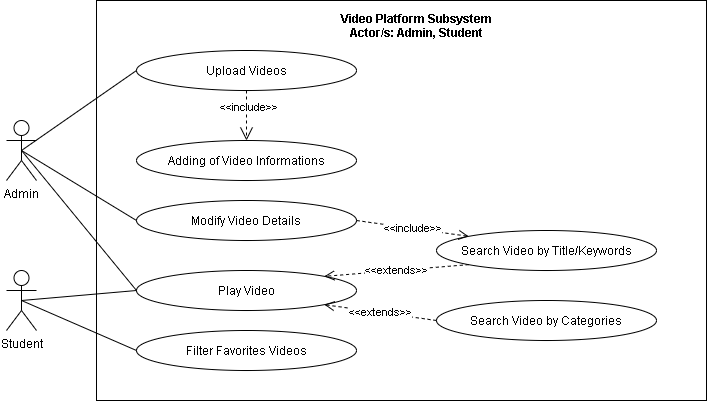
mrklglsn/CAPSTONE-FILES keeps this draw.io diagram as REVISIONS/UML-DIAGRAMS/6-28-2021/USE CASE/4-VSS.png. Above is the earlier version. Source tidied: cells renumbered, new cells last; positions are measured from the earlier drawing's top-left corner, leaving out a move shared by most shapes.
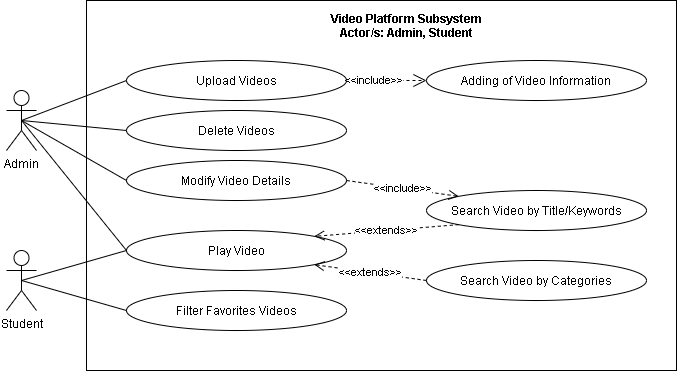
The same diagram one commit later.

What changed in the source:
```diff
@@ -3,7 +3,7 @@
     <mxCell id="0" />
     <mxCell id="1" parent="0" />
     <mxCell id="2" style="html=1;fillColor=none;" parent="1" vertex="1">
-      <mxGeometry x="90" width="610" height="400" as="geometry" />
+      <mxGeometry x="90" width="590" height="370" as="geometry" />
     </mxCell>
     <mxCell id="3" style="rounded=0;jumpStyle=arc;jumpSize=14;jettySize=auto;html=1;exitX=0.5;exitY=0.5;exitDx=0;exitDy=0;exitPerimeter=0;entryX=0;entryY=0.5;entryDx=0;entryDy=0;startArrow=none;startFill=0;endArrow=none;endFill=0;startSize=11;endSize=11;" parent="1" edge="1" source="6" target="9">
       <mxGeometry relative="1" as="geometry" />
@@ -14,38 +14,41 @@
     <mxCell id="5" style="edgeStyle=none;rounded=0;jumpStyle=arc;jumpSize=14;jettySize=auto;html=1;exitX=0.5;exitY=0.5;exitDx=0;exitDy=0;exitPerimeter=0;entryX=0;entryY=0.5;entryDx=0;entryDy=0;startArrow=none;startFill=0;endArrow=none;endFill=0;startSize=11;endSize=11;" parent="1" edge="1" source="6" target="16">
       <mxGeometry relative="1" as="geometry" />
     </mxCell>
+    <mxCell id="23" style="edgeStyle=none;rounded=0;jumpStyle=arc;jumpSize=10;jettySize=auto;html=1;exitX=0.5;exitY=0.5;exitDx=0;exitDy=0;exitPerimeter=0;entryX=0;entryY=0.5;entryDx=0;entryDy=0;endArrow=none;endFill=0;endSize=8;" parent="1" edge="1" source="6" target="24">
+      <mxGeometry relative="1" as="geometry" />
+    </mxCell>
     <mxCell id="6" value="Admin" style="shape=umlActor;verticalLabelPosition=bottom;verticalAlign=top;html=1;fillColor=none;" parent="1" vertex="1">
-      <mxGeometry y="120" width="30" height="60" as="geometry" />
+      <mxGeometry x="10" y="90" width="30" height="60" as="geometry" />
     </mxCell>
-    <mxCell id="7" style="edgeStyle=none;rounded=0;jumpStyle=arc;jumpSize=14;jettySize=auto;html=1;exitX=0.5;exitY=1;exitDx=0;exitDy=0;entryX=0.5;entryY=0;entryDx=0;entryDy=0;dashed=1;startArrow=none;startFill=0;endArrow=open;endFill=0;startSize=11;endSize=11;" parent="1" edge="1" source="9" target="11">
+    <mxCell id="7" style="edgeStyle=none;rounded=0;jumpStyle=arc;jumpSize=14;jettySize=auto;html=1;exitX=1;exitY=0.5;exitDx=0;exitDy=0;entryX=0;entryY=0.5;entryDx=0;entryDy=0;dashed=1;startArrow=none;startFill=0;endArrow=open;endFill=0;startSize=11;endSize=11;" parent="1" edge="1" source="9" target="11">
       <mxGeometry relative="1" as="geometry" />
     </mxCell>
     <mxCell id="8" value="&amp;lt;&amp;lt;include&amp;gt;&amp;gt;" style="edgeLabel;html=1;align=center;verticalAlign=middle;" parent="7" vertex="1">
       <mxGeometry x="-0.34" y="1" relative="1" as="geometry" />
     </mxCell>
     <mxCell id="9" value="Upload Videos" style="ellipse;whiteSpace=wrap;html=1;fillColor=none;" parent="1" vertex="1">
-      <mxGeometry x="130" y="50" width="220" height="40" as="geometry" />
+      <mxGeometry x="130" y="60" width="220" height="40" as="geometry" />
     </mxCell>
     <mxCell id="10" value="Video Platform Subsystem&#10;Actor/s: Admin, Student" style="text;align=center;fontStyle=1;verticalAlign=middle;spacingLeft=3;spacingRight=3;strokeColor=none;fillColor=none;" parent="1" vertex="1">
       <mxGeometry x="250" y="10" width="320" height="30" as="geometry" />
     </mxCell>
-    <mxCell id="11" value="Adding of Video Informations" style="ellipse;whiteSpace=wrap;html=1;fillColor=none;" parent="1" vertex="1">
-      <mxGeometry x="130" y="140" width="220" height="40" as="geometry" />
+    <mxCell id="11" value="Adding of Video Information" style="ellipse;whiteSpace=wrap;html=1;fillColor=none;" parent="1" vertex="1">
+      <mxGeometry x="430" y="60" width="220" height="40" as="geometry" />
     </mxCell>
     <mxCell id="12" value="&amp;lt;&amp;lt;include&amp;gt;&amp;gt;" style="edgeStyle=none;rounded=0;jumpStyle=arc;jumpSize=10;jettySize=auto;html=1;exitX=1;exitY=0.5;exitDx=0;exitDy=0;entryX=0;entryY=0;entryDx=0;entryDy=0;endArrow=open;endFill=0;endSize=8;dashed=1;" parent="1" edge="1" source="13" target="14">
       <mxGeometry relative="1" as="geometry" />
     </mxCell>
     <mxCell id="13" value="Modify Video Details" style="ellipse;whiteSpace=wrap;html=1;fillColor=none;" parent="1" vertex="1">
-      <mxGeometry x="130" y="200" width="220" height="40" as="geometry" />
+      <mxGeometry x="130" y="160" width="220" height="40" as="geometry" />
     </mxCell>
     <mxCell id="14" value="Search Video by Title/Keywords" style="ellipse;whiteSpace=wrap;html=1;fillColor=none;" parent="1" vertex="1">
-      <mxGeometry x="430" y="230" width="220" height="40" as="geometry" />
+      <mxGeometry x="430" y="190" width="220" height="40" as="geometry" />
     </mxCell>
     <mxCell id="15" value="&amp;lt;&amp;lt;extends&amp;gt;&amp;gt;" style="edgeStyle=none;rounded=0;jumpStyle=arc;jumpSize=10;jettySize=auto;html=1;exitX=0;exitY=1;exitDx=0;exitDy=0;entryX=1;entryY=0;entryDx=0;entryDy=0;dashed=1;endArrow=open;endFill=0;endSize=8;" parent="1" edge="1" source="14" target="16">
       <mxGeometry relative="1" as="geometry" />
     </mxCell>
     <mxCell id="16" value="Play Video" style="ellipse;whiteSpace=wrap;html=1;fillColor=none;" parent="1" vertex="1">
-      <mxGeometry x="130" y="270" width="220" height="40" as="geometry" />
+      <mxGeometry x="130" y="230" width="220" height="40" as="geometry" />
     </mxCell>
     <mxCell id="17" style="edgeStyle=none;rounded=0;jumpStyle=arc;jumpSize=10;jettySize=auto;html=1;exitX=0.5;exitY=0.5;exitDx=0;exitDy=0;exitPerimeter=0;entryX=0;entryY=0.5;entryDx=0;entryDy=0;startArrow=none;startFill=0;endArrow=none;endFill=0;startSize=11;endSize=11;" parent="1" edge="1" source="19" target="16">
       <mxGeometry relative="1" as="geometry" />
@@ -54,16 +57,19 @@
       <mxGeometry relative="1" as="geometry" />
     </mxCell>
     <mxCell id="19" value="Student" style="shape=umlActor;verticalLabelPosition=bottom;verticalAlign=top;html=1;fillColor=none;" parent="1" vertex="1">
-      <mxGeometry y="270" width="30" height="60" as="geometry" />
+      <mxGeometry x="10" y="250" width="30" height="60" as="geometry" />
     </mxCell>
     <mxCell id="20" value="&amp;lt;&amp;lt;extends&amp;gt;&amp;gt;" style="edgeStyle=none;rounded=0;jumpStyle=arc;jumpSize=10;jettySize=auto;html=1;exitX=0;exitY=0.5;exitDx=0;exitDy=0;entryX=1;entryY=1;entryDx=0;entryDy=0;dashed=1;endArrow=open;endFill=0;endSize=8;" parent="1" edge="1" source="21" target="16">
       <mxGeometry relative="1" as="geometry" />
     </mxCell>
     <mxCell id="21" value="Search Video by Categories" style="ellipse;whiteSpace=wrap;html=1;fillColor=none;" parent="1" vertex="1">
-      <mxGeometry x="430" y="300" width="220" height="40" as="geometry" />
+      <mxGeometry x="430" y="260" width="220" height="40" as="geometry" />
     </mxCell>
     <mxCell id="22" value="Filter Favorites Videos" style="ellipse;whiteSpace=wrap;html=1;fillColor=none;" parent="1" vertex="1">
-      <mxGeometry x="130" y="330" width="220" height="40" as="geometry" />
+      <mxGeometry x="130" y="290" width="220" height="40" as="geometry" />
     </mxCell>
+    <mxCell id="24" value="Delete Videos" style="ellipse;whiteSpace=wrap;html=1;fillColor=none;" parent="1" vertex="1">
+      <mxGeometry x="130" y="110" width="220" height="40" as="geometry" />
+    </mxCell>
   </root>
 </mxGraphModel>
```
